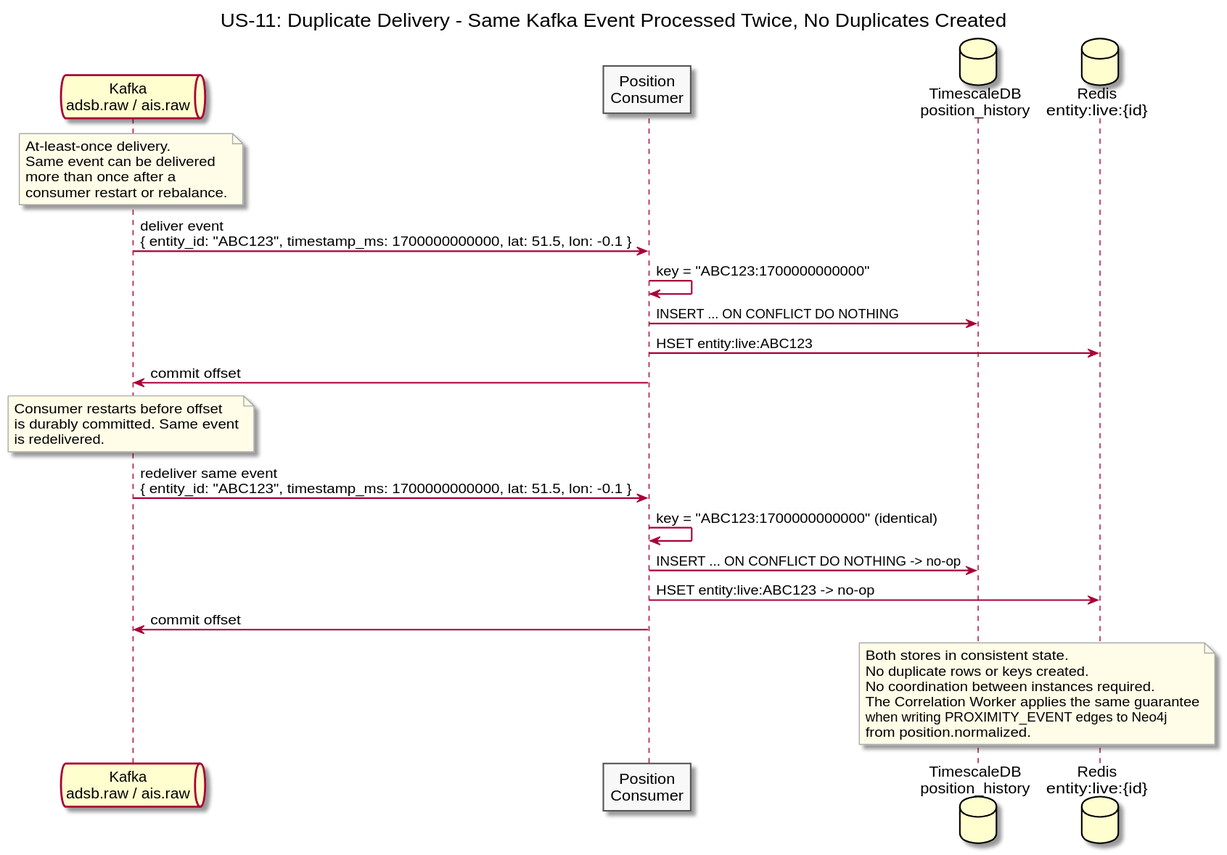
Earlier version of the PlantUML export diagrams/docs/use-cases/US-11-idempotent-writes/duplicate-delivery.svg (Buffden/sentinel).
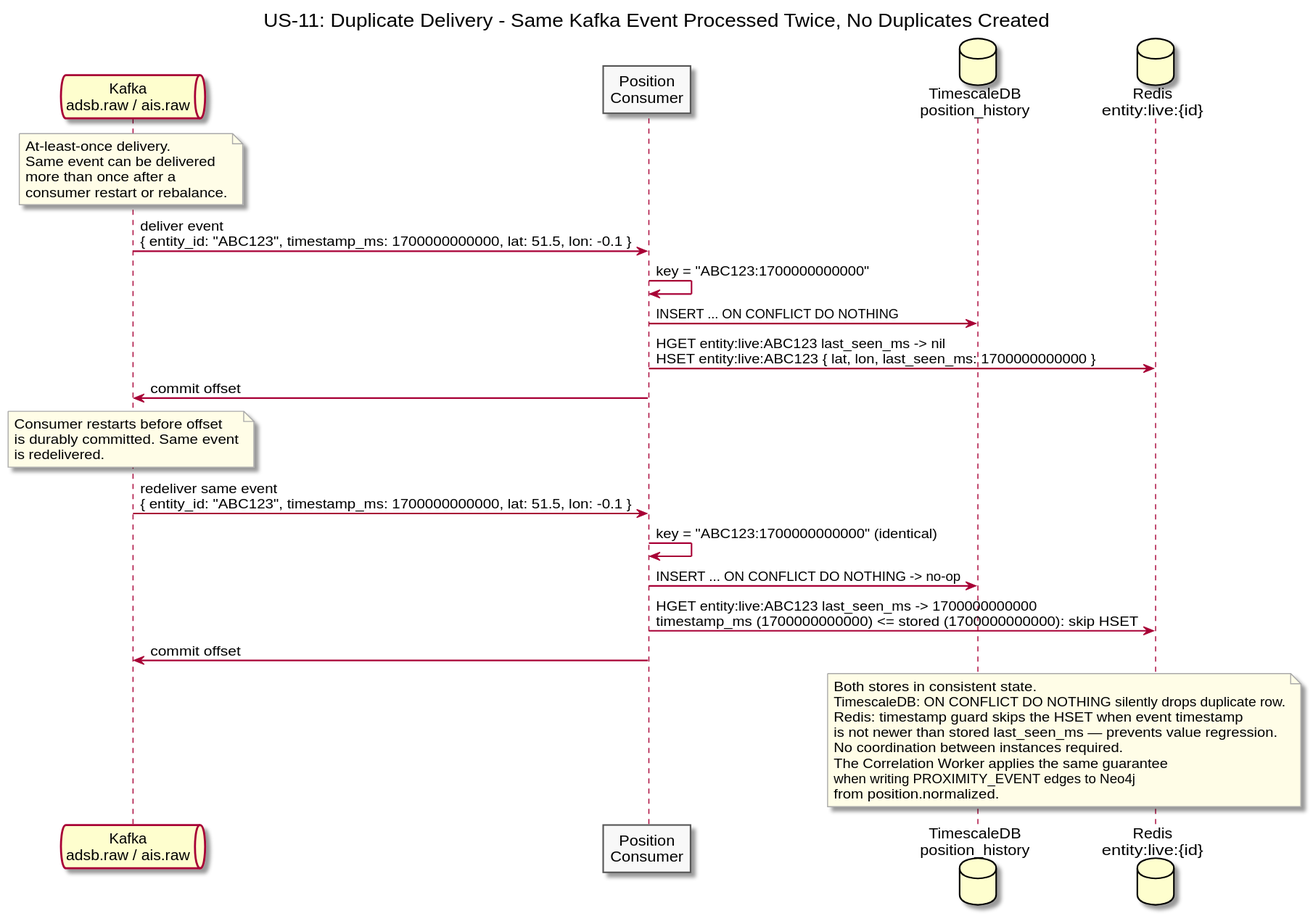
Above is the later version.

The edit, as a diff of the source:
```diff
@@ -22,7 +22,7 @@
 Kafka -> Consumer : deliver event\n{ entity_id: "ABC123", timestamp_ms: 1700000000000, lat: 51.5, lon: -0.1 }
 Consumer -> Consumer : key = "ABC123:1700000000000"
 Consumer -> TSDB : INSERT ... ON CONFLICT DO NOTHING
-Consumer -> Redis : HSET entity:live:ABC123
+Consumer -> Redis : HGET entity:live:ABC123 last_seen_ms -> nil\nHSET entity:live:ABC123 { lat, lon, last_seen_ms: 1700000000000 }
 Consumer -> Kafka : commit offset
 
 note over Kafka
@@ -34,12 +34,14 @@
 Kafka -> Consumer : redeliver same event\n{ entity_id: "ABC123", timestamp_ms: 1700000000000, lat: 51.5, lon: -0.1 }
 Consumer -> Consumer : key = "ABC123:1700000000000" (identical)
 Consumer -> TSDB : INSERT ... ON CONFLICT DO NOTHING -> no-op
-Consumer -> Redis : HSET entity:live:ABC123 -> no-op
+Consumer -> Redis : HGET entity:live:ABC123 last_seen_ms -> 1700000000000\ntimestamp_ms (1700000000000) <= stored (1700000000000): skip HSET
 Consumer -> Kafka : commit offset
 
 note over TSDB, Redis
   Both stores in consistent state.
-  No duplicate rows or keys created.
+  TimescaleDB: ON CONFLICT DO NOTHING silently drops duplicate row.
+  Redis: timestamp guard skips the HSET when event timestamp
+  is not newer than stored last_seen_ms — prevents value regression.
   No coordination between instances required.
   The Correlation Worker applies the same guarantee
   when writing PROXIMITY_EVENT edges to Neo4j
```
